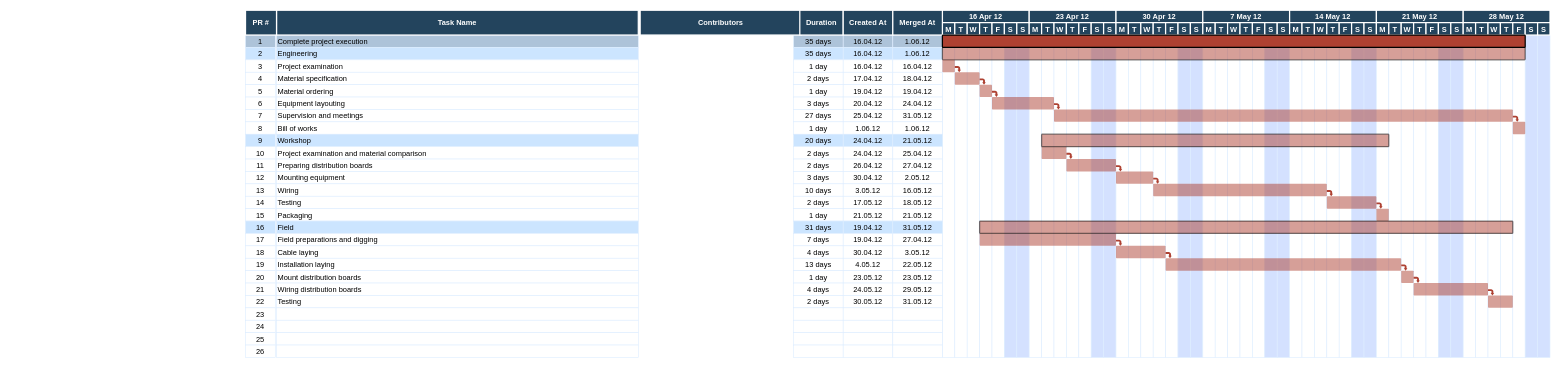
chris-ramon/design-doc-self-generator keeps this draw.io diagram as diagrams/gantt/default.drawio. Above is the earlier version. Source tidied: cells renumbered, new cells numbered last; positions are measured from the earlier drawing's top-left corner, leaving out a move shared by most shapes. Both pictures are drawn from the tidied source at 62%, with x=0, y=0 at pixel (245, 10).
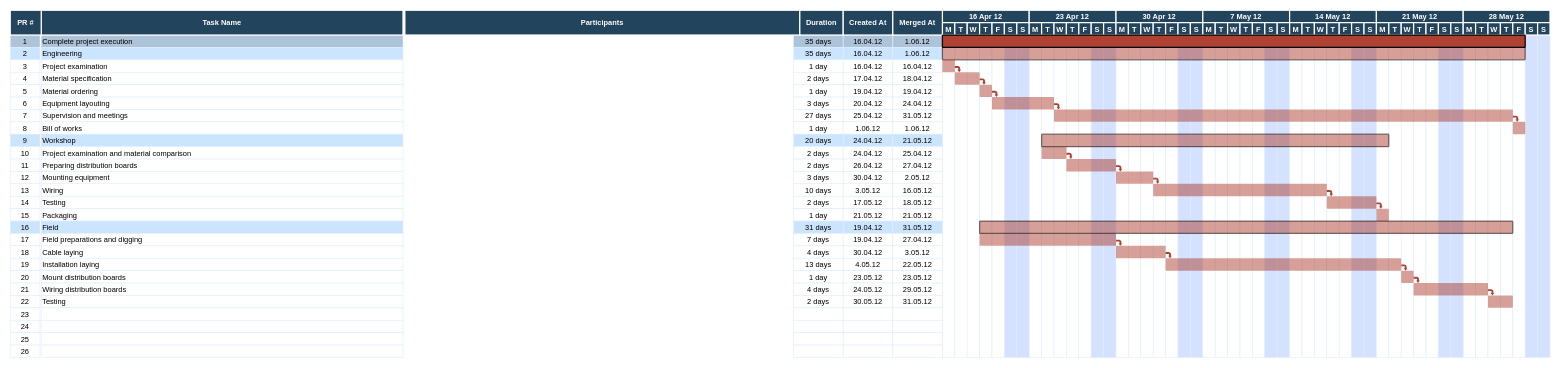
After the change.

Commit message:
diagrams/gantt/default.drawio: default improvements

What changed in the source:
```diff
@@
     <mxCell id="2" value="1" style="strokeColor=#DEEDFF;fillColor=#ADC3D9;" parent="1" vertex="1">
-      <mxGeometry x="0.5" y="40" width="48" height="20" as="geometry" />
+      <mxGeometry x="-379" y="40" width="48" height="20" as="geometry" />
     </mxCell>
     <mxCell id="3" value="Complete project execution" style="align=left;strokeColor=#DEEDFF;fillColor=#ADC3D9;" parent="1" vertex="1">
-      <mxGeometry x="50.5" y="40" width="583.5" height="20" as="geometry" />
+      <mxGeometry x="-329" y="40" width="583.5" height="20" as="geometry" />
     </mxCell>
@@
     <mxCell id="8" value="2" style="strokeColor=#DEEDFF;fillColor=#CCE5FF;" parent="1" vertex="1">
-      <mxGeometry x="0.5" y="60" width="48" height="20" as="geometry" />
+      <mxGeometry x="-379" y="60" width="48" height="20" as="geometry" />
     </mxCell>
     <mxCell id="9" value="Engineering" style="align=left;strokeColor=#DEEDFF;fillColor=#CCE5FF;" parent="1" vertex="1">
-      <mxGeometry x="50.5" y="60" width="583.5" height="20" as="geometry" />
+      <mxGeometry x="-329" y="60" width="583.5" height="20" as="geometry" />
     </mxCell>
@@
     <mxCell id="13" value="3" style="strokeColor=#DEEDFF;" parent="1" vertex="1">
-      <mxGeometry x="0.5" y="80" width="48" height="20" as="geometry" />
+      <mxGeometry x="-379" y="80" width="48" height="20" as="geometry" />
     </mxCell>
     <mxCell id="14" value="Project examination" style="align=left;strokeColor=#DEEDFF;" parent="1" vertex="1">
-      <mxGeometry x="50.5" y="80" width="583.5" height="20" as="geometry" />
+      <mxGeometry x="-329" y="80" width="583.5" height="20" as="geometry" />
     </mxCell>
@@
     <mxCell id="18" value="4" style="strokeColor=#DEEDFF;" parent="1" vertex="1">
-      <mxGeometry x="0.5" y="100" width="48" height="20" as="geometry" />
+      <mxGeometry x="-379" y="100" width="48" height="20" as="geometry" />
     </mxCell>
     <mxCell id="19" value="Material specification" style="align=left;strokeColor=#DEEDFF;" parent="1" vertex="1">
-      <mxGeometry x="50.5" y="100" width="583.5" height="20" as="geometry" />
+      <mxGeometry x="-329" y="100" width="583.5" height="20" as="geometry" />
     </mxCell>
@@
     <mxCell id="23" value="5" style="strokeColor=#DEEDFF;" parent="1" vertex="1">
-      <mxGeometry x="0.5" y="120" width="48" height="20" as="geometry" />
+      <mxGeometry x="-379" y="120" width="48" height="20" as="geometry" />
     </mxCell>
     <mxCell id="24" value="Material ordering" style="align=left;strokeColor=#DEEDFF;" parent="1" vertex="1">
-      <mxGeometry x="50.5" y="120" width="583.5" height="20" as="geometry" />
+      <mxGeometry x="-329" y="120" width="583.5" height="20" as="geometry" />
     </mxCell>
@@
     <mxCell id="28" value="6" style="strokeColor=#DEEDFF;" parent="1" vertex="1">
-      <mxGeometry x="0.5" y="140" width="48" height="20" as="geometry" />
+      <mxGeometry x="-379" y="140" width="48" height="20" as="geometry" />
     </mxCell>
     <mxCell id="29" value="Equipment layouting" style="align=left;strokeColor=#DEEDFF;" parent="1" vertex="1">
-      <mxGeometry x="50.5" y="140" width="583.5" height="20" as="geometry" />
+      <mxGeometry x="-329" y="140" width="583.5" height="20" as="geometry" />
     </mxCell>
@@
     <mxCell id="33" value="7" style="strokeColor=#DEEDFF;" parent="1" vertex="1">
-      <mxGeometry x="0.5" y="160" width="48" height="20" as="geometry" />
+      <mxGeometry x="-379" y="160" width="48" height="20" as="geometry" />
     </mxCell>
     <mxCell id="34" value="Supervision and meetings" style="align=left;strokeColor=#DEEDFF;" parent="1" vertex="1">
-      <mxGeometry x="50.5" y="160" width="583.5" height="20" as="geometry" />
+      <mxGeometry x="-329" y="160" width="583.5" height="20" as="geometry" />
     </mxCell>
@@
     <mxCell id="38" value="8" style="strokeColor=#DEEDFF;" parent="1" vertex="1">
-      <mxGeometry x="0.5" y="180" width="48" height="20" as="geometry" />
+      <mxGeometry x="-379" y="180" width="48" height="20" as="geometry" />
     </mxCell>
     <mxCell id="39" value="Bill of works" style="align=left;strokeColor=#DEEDFF;" parent="1" vertex="1">
-      <mxGeometry x="50.5" y="180" width="583.5" height="20" as="geometry" />
+      <mxGeometry x="-329" y="180" width="583.5" height="20" as="geometry" />
     </mxCell>
@@
     <mxCell id="43" value="9" style="strokeColor=#DEEDFF;fillColor=#CCE5FF;" parent="1" vertex="1">
-      <mxGeometry x="0.5" y="200" width="48" height="20" as="geometry" />
+      <mxGeometry x="-379" y="200" width="48" height="20" as="geometry" />
     </mxCell>
     <mxCell id="44" value="Workshop" style="align=left;strokeColor=#DEEDFF;fillColor=#CCE5FF;" parent="1" vertex="1">
-      <mxGeometry x="50.5" y="200" width="583.5" height="20" as="geometry" />
+      <mxGeometry x="-329" y="200" width="583.5" height="20" as="geometry" />
     </mxCell>
@@
     <mxCell id="48" value="10" style="strokeColor=#DEEDFF;" parent="1" vertex="1">
-      <mxGeometry x="0.5" y="220" width="48" height="20" as="geometry" />
+      <mxGeometry x="-379" y="220" width="48" height="20" as="geometry" />
     </mxCell>
     <mxCell id="49" value="Project examination and material comparison" style="align=left;strokeColor=#DEEDFF;" parent="1" vertex="1">
-      <mxGeometry x="50.5" y="220" width="583.5" height="20" as="geometry" />
+      <mxGeometry x="-329" y="220" width="583.5" height="20" as="geometry" />
     </mxCell>
@@
     <mxCell id="53" value="11" style="strokeColor=#DEEDFF;" parent="1" vertex="1">
-      <mxGeometry x="0.5" y="240" width="48" height="20" as="geometry" />
+      <mxGeometry x="-379" y="240" width="48" height="20" as="geometry" />
     </mxCell>
     <mxCell id="54" value="Preparing distribution boards" style="align=left;strokeColor=#DEEDFF;" parent="1" vertex="1">
-      <mxGeometry x="50.5" y="240" width="583.5" height="20" as="geometry" />
+      <mxGeometry x="-329" y="240" width="583.5" height="20" as="geometry" />
     </mxCell>
@@
     <mxCell id="58" value="12" style="strokeColor=#DEEDFF;" parent="1" vertex="1">
-      <mxGeometry x="0.5" y="260" width="48" height="20" as="geometry" />
+      <mxGeometry x="-379" y="260" width="48" height="20" as="geometry" />
     </mxCell>
     <mxCell id="59" value="Mounting equipment" style="align=left;strokeColor=#DEEDFF;" parent="1" vertex="1">
-      <mxGeometry x="50.5" y="260" width="583.5" height="20" as="geometry" />
+      <mxGeometry x="-329" y="260" width="583.5" height="20" as="geometry" />
     </mxCell>
@@
     <mxCell id="63" value="13" style="strokeColor=#DEEDFF;" parent="1" vertex="1">
-      <mxGeometry x="0.5" y="280" width="48" height="20" as="geometry" />
+      <mxGeometry x="-379" y="280" width="48" height="20" as="geometry" />
     </mxCell>
     <mxCell id="64" value="Wiring" style="align=left;strokeColor=#DEEDFF;" parent="1" vertex="1">
-      <mxGeometry x="50.5" y="280" width="583.5" height="20" as="geometry" />
+      <mxGeometry x="-329" y="280" width="583.5" height="20" as="geometry" />
     </mxCell>
@@
     <mxCell id="68" value="14" style="strokeColor=#DEEDFF;" parent="1" vertex="1">
-      <mxGeometry x="0.5" y="300" width="48" height="20" as="geometry" />
+      <mxGeometry x="-379" y="300" width="48" height="20" as="geometry" />
     </mxCell>
     <mxCell id="69" value="Testing" style="align=left;strokeColor=#DEEDFF;" parent="1" vertex="1">
-      <mxGeometry x="50.5" y="300" width="583.5" height="20" as="geometry" />
+      <mxGeometry x="-329" y="300" width="583.5" height="20" as="geometry" />
     </mxCell>
@@
     <mxCell id="73" value="15" style="strokeColor=#DEEDFF;fillColor=#FFFFFF;" parent="1" vertex="1">
-      <mxGeometry x="0.5" y="320" width="48" height="20" as="geometry" />
+      <mxGeometry x="-379" y="320" width="48" height="20" as="geometry" />
     </mxCell>
     <mxCell id="74" value="Packaging" style="align=left;strokeColor=#DEEDFF;fillColor=#FFFFFF;" parent="1" vertex="1">
-      <mxGeometry x="50.5" y="320" width="583.5" height="20" as="geometry" />
+      <mxGeometry x="-329" y="320" width="583.5" height="20" as="geometry" />
     </mxCell>
@@
     <mxCell id="78" value="16" style="strokeColor=#DEEDFF;fillColor=#CCE5FF;" parent="1" vertex="1">
-      <mxGeometry x="0.5" y="340" width="48" height="20" as="geometry" />
+      <mxGeometry x="-379" y="340" width="48" height="20" as="geometry" />
     </mxCell>
     <mxCell id="79" value="Field" style="align=left;strokeColor=#DEEDFF;fillColor=#CCE5FF;" parent="1" vertex="1">
-      <mxGeometry x="50.5" y="340" width="583.5" height="20" as="geometry" />
+      <mxGeometry x="-329" y="340" width="583.5" height="20" as="geometry" />
     </mxCell>
@@
     <mxCell id="83" value="17" style="strokeColor=#DEEDFF;" parent="1" vertex="1">
-      <mxGeometry x="0.5" y="360" width="48" height="20" as="geometry" />
+      <mxGeometry x="-379" y="360" width="48" height="20" as="geometry" />
     </mxCell>
     <mxCell id="84" value="Field preparations and digging" style="align=left;strokeColor=#DEEDFF;" parent="1" vertex="1">
-      <mxGeometry x="50.5" y="360" width="583.5" height="20" as="geometry" />
+      <mxGeometry x="-329" y="360" width="583.5" height="20" as="geometry" />
     </mxCell>
@@
     <mxCell id="88" value="18" style="strokeColor=#DEEDFF;" parent="1" vertex="1">
-      <mxGeometry x="0.5" y="380" width="48" height="20" as="geometry" />
+      <mxGeometry x="-379" y="380" width="48" height="20" as="geometry" />
     </mxCell>
     <mxCell id="89" value="Cable laying" style="align=left;strokeColor=#DEEDFF;" parent="1" vertex="1">
-      <mxGeometry x="50.5" y="380" width="583.5" height="20" as="geometry" />
+      <mxGeometry x="-329" y="380" width="583.5" height="20" as="geometry" />
     </mxCell>
@@
     <mxCell id="93" value="19" style="strokeColor=#DEEDFF;" parent="1" vertex="1">
-      <mxGeometry x="0.5" y="400" width="48" height="20" as="geometry" />
+      <mxGeometry x="-379" y="400" width="48" height="20" as="geometry" />
     </mxCell>
     <mxCell id="94" value="Installation laying" style="align=left;strokeColor=#DEEDFF;" parent="1" vertex="1">
-      <mxGeometry x="50.5" y="400" width="583.5" height="20" as="geometry" />
+      <mxGeometry x="-329" y="400" width="583.5" height="20" as="geometry" />
     </mxCell>
@@
     <mxCell id="98" value="20" style="strokeColor=#DEEDFF;" parent="1" vertex="1">
-      <mxGeometry x="0.5" y="420" width="48" height="20" as="geometry" />
+      <mxGeometry x="-379" y="420" width="48" height="20" as="geometry" />
     </mxCell>
     <mxCell id="99" value="Mount distribution boards" style="align=left;strokeColor=#DEEDFF;" parent="1" vertex="1">
-      <mxGeometry x="50.5" y="420" width="583.5" height="20" as="geometry" />
+      <mxGeometry x="-329" y="420" width="583.5" height="20" as="geometry" />
     </mxCell>
@@
     <mxCell id="103" value="21" style="strokeColor=#DEEDFF;" parent="1" vertex="1">
-      <mxGeometry x="0.5" y="440" width="48" height="20" as="geometry" />
+      <mxGeometry x="-379" y="440" width="48" height="20" as="geometry" />
     </mxCell>
     <mxCell id="104" value="Wiring distribution boards" style="align=left;strokeColor=#DEEDFF;" parent="1" vertex="1">
-      <mxGeometry x="50.5" y="440" width="583.5" height="20" as="geometry" />
+      <mxGeometry x="-329" y="440" width="583.5" height="20" as="geometry" />
     </mxCell>
@@
     <mxCell id="108" value="22" style="strokeColor=#DEEDFF;" parent="1" vertex="1">
-      <mxGeometry x="0.5" y="460" width="48" height="20" as="geometry" />
+      <mxGeometry x="-379" y="460" width="48" height="20" as="geometry" />
     </mxCell>
     <mxCell id="109" value="Testing" style="align=left;strokeColor=#DEEDFF;" parent="1" vertex="1">
-      <mxGeometry x="50.5" y="460" width="583.5" height="20" as="geometry" />
+      <mxGeometry x="-329" y="460" width="583.5" height="20" as="geometry" />
     </mxCell>
@@
     <mxCell id="113" value="23" style="strokeColor=#DEEDFF;" parent="1" vertex="1">
-      <mxGeometry x="0.5" y="480" width="48" height="20" as="geometry" />
+      <mxGeometry x="-379" y="480" width="48" height="20" as="geometry" />
     </mxCell>
     <mxCell id="114" style="align=left;strokeColor=#DEEDFF;" parent="1" vertex="1">
-      <mxGeometry x="50.5" y="480" width="583.5" height="20" as="geometry" />
+      <mxGeometry x="-329" y="480" width="583.5" height="20" as="geometry" />
     </mxCell>
@@
     <mxCell id="118" value="24" style="strokeColor=#DEEDFF;" parent="1" vertex="1">
-      <mxGeometry x="0.5" y="500" width="48" height="20" as="geometry" />
+      <mxGeometry x="-379" y="500" width="48" height="20" as="geometry" />
     </mxCell>
     <mxCell id="119" style="align=left;strokeColor=#DEEDFF;" parent="1" vertex="1">
-      <mxGeometry x="50.5" y="500" width="583.5" height="20" as="geometry" />
+      <mxGeometry x="-329" y="500" width="583.5" height="20" as="geometry" />
     </mxCell>
@@
     <mxCell id="123" value="25" style="strokeColor=#DEEDFF;" parent="1" vertex="1">
-      <mxGeometry x="0.5" y="520" width="48" height="20" as="geometry" />
+      <mxGeometry x="-379" y="520" width="48" height="20" as="geometry" />
     </mxCell>
     <mxCell id="124" style="align=left;strokeColor=#DEEDFF;" parent="1" vertex="1">
-      <mxGeometry x="50.5" y="520" width="583.5" height="20" as="geometry" />
+      <mxGeometry x="-329" y="520" width="583.5" height="20" as="geometry" />
     </mxCell>
@@
     <mxCell id="128" value="26" style="strokeColor=#DEEDFF;" parent="1" vertex="1">
-      <mxGeometry x="0.5" y="540" width="48" height="20" as="geometry" />
+      <mxGeometry x="-379" y="540" width="48" height="20" as="geometry" />
     </mxCell>
     <mxCell id="129" style="align=left;strokeColor=#DEEDFF;" parent="1" vertex="1">
-      <mxGeometry x="50.5" y="540" width="583.5" height="20" as="geometry" />
+      <mxGeometry x="-329" y="540" width="583.5" height="20" as="geometry" />
     </mxCell>
@@
     <mxCell id="181" value="Task Name" style="fillColor=#23445D;strokeColor=#FFFFFF;strokeWidth=2;fontColor=#FFFFFF;fontStyle=1;" parent="1" vertex="1">
-      <mxGeometry x="50.5" width="583.5" height="40" as="geometry" />
+      <mxGeometry x="-329" width="583.5" height="40" as="geometry" />
     </mxCell>
     <mxCell id="182" value="PR #" style="fillColor=#23445D;strokeColor=#FFFFFF;strokeWidth=2;fontColor=#FFFFFF;fontStyle=1;" parent="1" vertex="1">
-      <mxGeometry x="0.5" width="50" height="40" as="geometry" />
+      <mxGeometry x="-379" width="50" height="40" as="geometry" />
     </mxCell>
@@
-    <mxCell id="191" value="Contributors" style="fillColor=#23445D;strokeColor=#FFFFFF;strokeWidth=2;fontColor=#FFFFFF;fontStyle=1;" parent="1" vertex="1">
-      <mxGeometry x="637" width="260" height="40" as="geometry" />
+    <mxCell id="191" value="Participants" style="fillColor=#23445D;strokeColor=#FFFFFF;strokeWidth=2;fontColor=#FFFFFF;fontStyle=1;" parent="1" vertex="1">
+      <mxGeometry x="257.5" width="637" height="40" as="geometry" />
     </mxCell>
```
